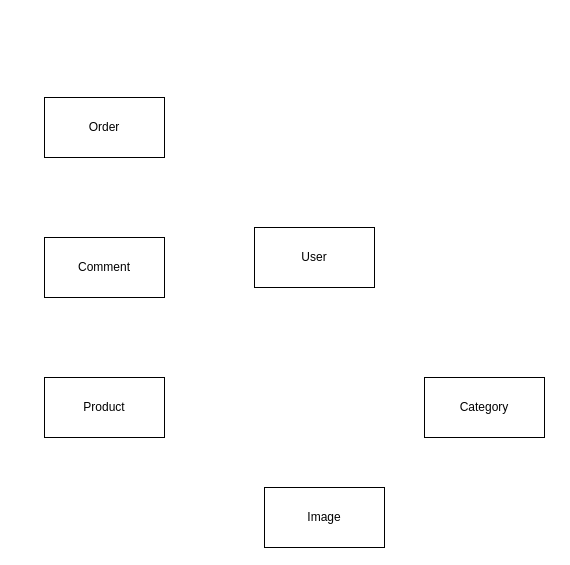
This is Diagramme sans nom.drawio from Hassan60200/ecommerce_back, a draw.io file, before an edit. Source tidied: cells renumbered, new cells numbered last; positions are measured from the earlier drawing's top-left corner, leaving out a move shared by most shapes. Both pictures are drawn from the tidied source at 100%, with x=0, y=0 at pixel (44, 97).
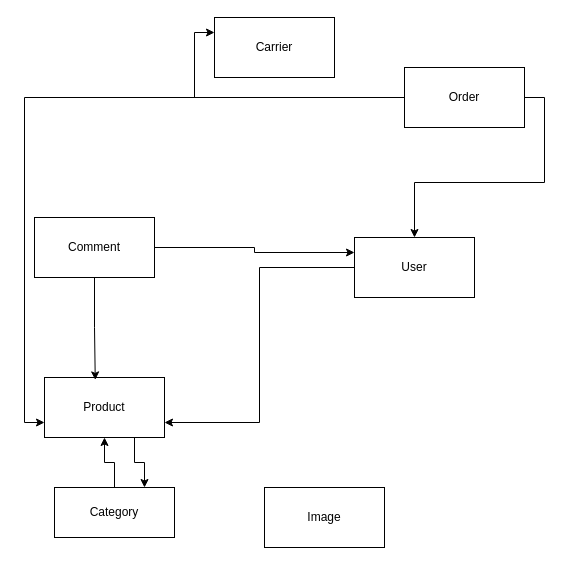
Above is the later version.

Commit message:
Création du MCD

Diff of the diagram source:
```diff
@@
 <mxGraphModel>
   <root>
     <mxCell id="0" />
     <mxCell id="1" parent="0" />
+    <mxCell id="8" style="edgeStyle=orthogonalEdgeStyle;rounded=0;jettySize=auto;html=1;entryX=1;entryY=0.75;entryDx=0;entryDy=0;" parent="1" edge="1" source="2" target="3">
+      <mxGeometry relative="1" as="geometry" />
+    </mxCell>
     <mxCell id="2" value="User" style="rounded=0;whiteSpace=wrap;html=1;" parent="1" vertex="1">
-      <mxGeometry x="210" y="130" width="120" height="60" as="geometry" />
+      <mxGeometry x="310" y="140" width="120" height="60" as="geometry" />
     </mxCell>
+    <mxCell id="9" style="edgeStyle=orthogonalEdgeStyle;rounded=0;jettySize=auto;html=1;exitX=0.75;exitY=1;exitDx=0;exitDy=0;entryX=0.75;entryY=0;entryDx=0;entryDy=0;" parent="1" edge="1" source="3" target="5">
+      <mxGeometry relative="1" as="geometry" />
+    </mxCell>
     <mxCell id="3" value="Product" style="rounded=0;whiteSpace=wrap;html=1;" parent="1" vertex="1">
       <mxGeometry y="280" width="120" height="60" as="geometry" />
     </mxCell>
+    <mxCell id="10" style="edgeStyle=orthogonalEdgeStyle;rounded=0;jettySize=auto;html=1;exitX=0;exitY=0.5;exitDx=0;exitDy=0;entryX=0;entryY=0.75;entryDx=0;entryDy=0;" parent="1" edge="1" source="4" target="3">
+      <mxGeometry relative="1" as="geometry" />
+    </mxCell>
+    <mxCell id="11" style="edgeStyle=orthogonalEdgeStyle;rounded=0;jettySize=auto;html=1;exitX=1;exitY=0.5;exitDx=0;exitDy=0;" parent="1" edge="1" source="4" target="2">
+      <mxGeometry relative="1" as="geometry" />
+    </mxCell>
+    <mxCell id="12" style="edgeStyle=orthogonalEdgeStyle;rounded=0;jettySize=auto;html=1;entryX=0;entryY=0.25;entryDx=0;entryDy=0;" parent="1" edge="1" source="4" target="15">
+      <mxGeometry relative="1" as="geometry" />
+    </mxCell>
     <mxCell id="4" value="Order" style="rounded=0;whiteSpace=wrap;html=1;" parent="1" vertex="1">
-      <mxGeometry width="120" height="60" as="geometry" />
+      <mxGeometry x="360" y="-30" width="120" height="60" as="geometry" />
     </mxCell>
+    <mxCell id="13" style="edgeStyle=orthogonalEdgeStyle;rounded=0;jettySize=auto;html=1;" parent="1" edge="1" source="5" target="3">
+      <mxGeometry relative="1" as="geometry" />
+    </mxCell>
     <mxCell id="5" value="Category" style="rounded=0;whiteSpace=wrap;html=1;" parent="1" vertex="1">
-      <mxGeometry x="380" y="280" width="120" height="60" as="geometry" />
+      <mxGeometry x="10" y="390" width="120" height="50" as="geometry" />
     </mxCell>
     <mxCell id="6" value="Image" style="rounded=0;whiteSpace=wrap;html=1;" parent="1" vertex="1">
       <mxGeometry x="220" y="390" width="120" height="60" as="geometry" />
     </mxCell>
+    <mxCell id="14" style="edgeStyle=orthogonalEdgeStyle;rounded=0;jettySize=auto;html=1;exitX=1;exitY=0.5;exitDx=0;exitDy=0;entryX=0;entryY=0.25;entryDx=0;entryDy=0;" parent="1" edge="1" source="7" target="2">
+      <mxGeometry relative="1" as="geometry" />
+    </mxCell>
     <mxCell id="7" value="Comment" style="rounded=0;whiteSpace=wrap;html=1;" parent="1" vertex="1">
-      <mxGeometry y="140" width="120" height="60" as="geometry" />
+      <mxGeometry x="-10" y="120" width="120" height="60" as="geometry" />
     </mxCell>
+    <mxCell id="15" value="Carrier" style="rounded=0;whiteSpace=wrap;html=1;" parent="1" vertex="1">
+      <mxGeometry x="170" y="-80" width="120" height="60" as="geometry" />
+    </mxCell>
+    <mxCell id="16" style="edgeStyle=orthogonalEdgeStyle;rounded=0;jettySize=auto;html=1;entryX=0.423;entryY=0.04;entryDx=0;entryDy=0;entryPerimeter=0;" parent="1" edge="1" source="7" target="3">
+      <mxGeometry relative="1" as="geometry" />
+    </mxCell>
   </root>
 </mxGraphModel>
```
